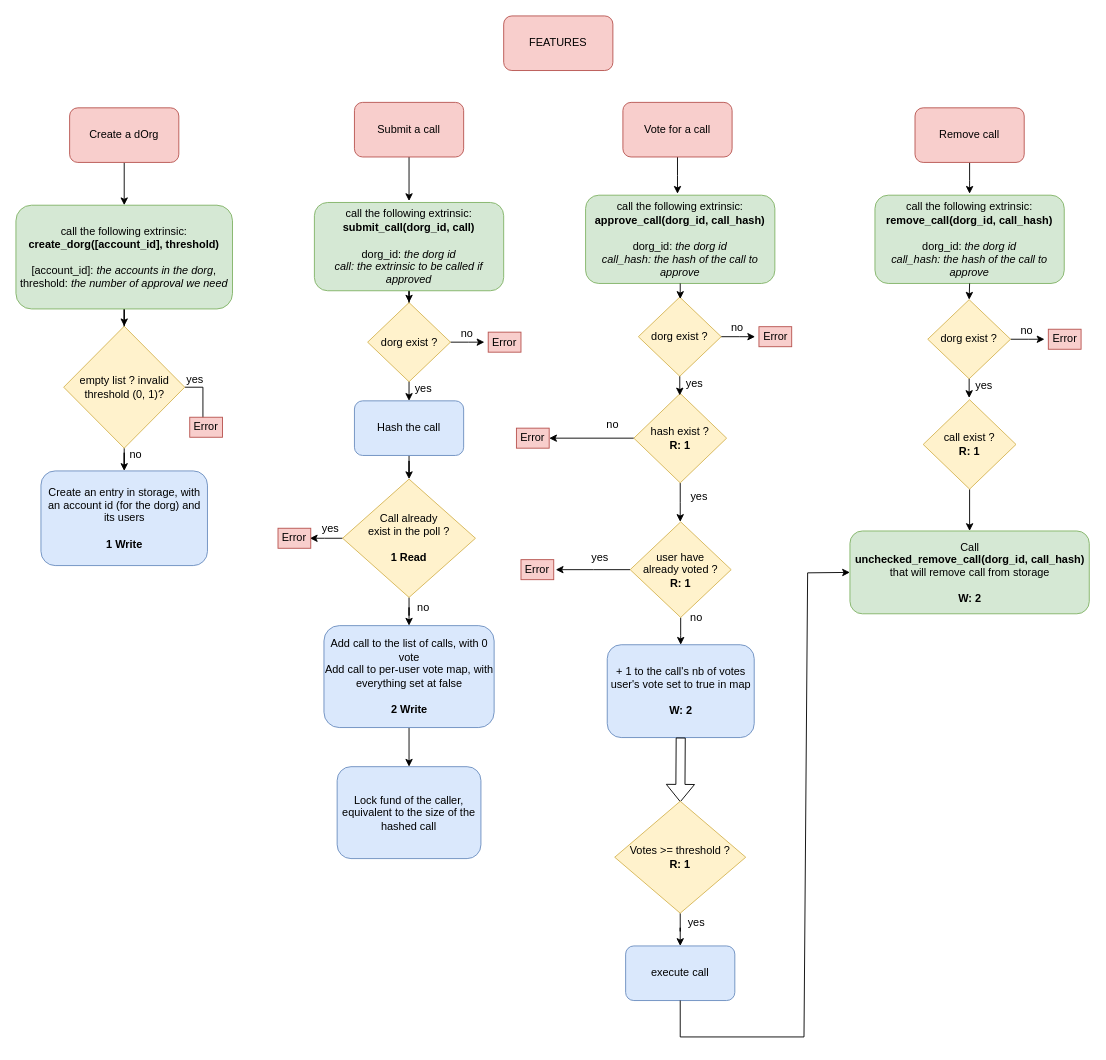
Before: pallet_dorg.drawio in kabocha-network/pallet_supersig, a draw.io diagram. Source tidied: cells renumbered, new cells numbered last; positions are measured from the earlier drawing's top-left corner, leaving out a move shared by most shapes. Both pictures are drawn from the tidied source at 91%, with x=0, y=0 at pixel (15, 15).
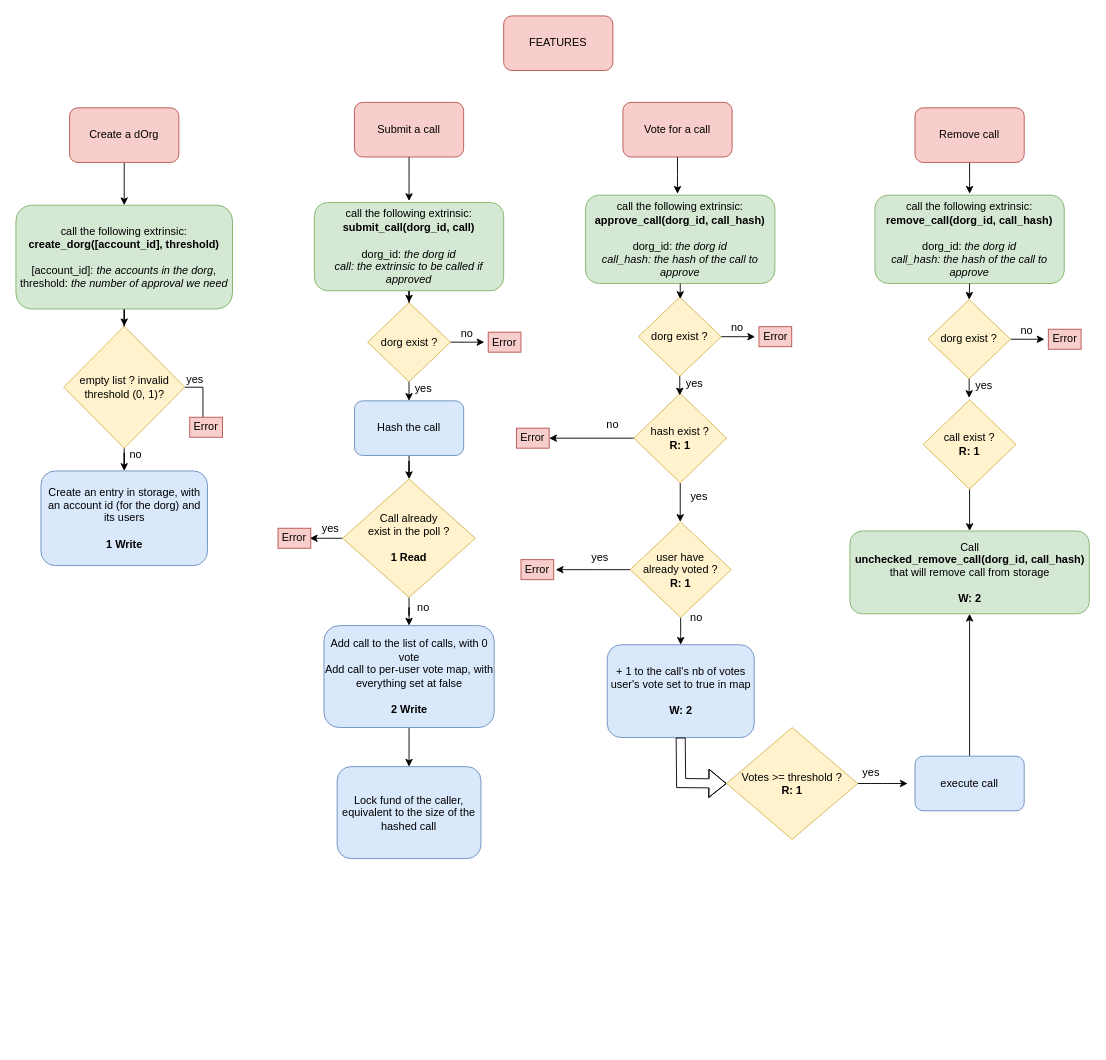
After the change.

Unchanged cells that the change refers to:
```xml
<mxCell id="46" value="&lt;div&gt;+ 1 to the call's nb of votes&lt;/div&gt;&lt;div&gt;user's vote set to true in map&lt;/div&gt;&lt;div&gt;&lt;b&gt;&lt;br&gt;&lt;/b&gt;&lt;/div&gt;&lt;div&gt;&lt;b&gt;W: 2&lt;/b&gt;&lt;br&gt;&lt;/div&gt;" style="rounded=1;whiteSpace=wrap;html=1;fontSize=12;fillColor=#dae8fc;strokeColor=#6c8ebf;" parent="1" vertex="1">
  <mxGeometry x="649.8" y="691" width="161.5" height="102" as="geometry" />
</mxCell>
<mxCell id="56" value="&lt;div&gt;Call&lt;/div&gt;&lt;div&gt;&lt;b&gt;unchecked_remove_call(dorg_id, call_hash)&lt;/b&gt;&lt;br&gt;&lt;/div&gt;&lt;div&gt;that will remove call from storage&lt;/div&gt;&lt;div&gt;&lt;br&gt;&lt;/div&gt;&lt;div&gt;&lt;b&gt;W: 2&lt;/b&gt;&lt;br&gt;&lt;/div&gt;" style="rounded=1;whiteSpace=wrap;html=1;fontSize=12;fillColor=#d5e8d4;strokeColor=#82b366;" parent="1" vertex="1">
  <mxGeometry x="916.5" y="566" width="263" height="91" as="geometry" />
</mxCell>
```

The edit, as a diff of the source:
```diff
@@
-    <mxCell id="47" style="shape=flexArrow;endArrow=classic;html=1;rounded=0;fontSize=12;exitX=0.5;exitY=1;exitDx=0;exitDy=0;" parent="1" edge="1" source="46">
+    <mxCell id="47" style="shape=flexArrow;endArrow=classic;html=1;rounded=0;fontSize=12;exitX=0.5;exitY=1;exitDx=0;exitDy=0;entryX=0;entryY=0.5;entryDx=0;entryDy=0;" parent="1" edge="1">
       <mxGeometry relative="1" as="geometry">
-        <mxPoint x="730.1" y="864" as="targetPoint" />
+        <mxPoint x="730.5" y="793" as="sourcePoint" />
+        <mxPoint x="781" y="843.5" as="targetPoint" />
+        <Array as="points">
+          <mxPoint x="731" y="843" />
+        </Array>
       </mxGeometry>
     </mxCell>
-    <mxCell id="48" style="edgeStyle=orthogonalEdgeStyle;rounded=0;jettySize=auto;html=1;entryX=0.5;entryY=0;entryDx=0;entryDy=0;fontSize=12;" parent="1" edge="1" source="49" target="51">
-      <mxGeometry relative="1" as="geometry" />
-    </mxCell>
+    <mxCell id="77" style="edgeStyle=orthogonalEdgeStyle;rounded=0;jettySize=auto;html=1;fontSize=12;" parent="1" edge="1" source="49">
+      <mxGeometry relative="1" as="geometry">
+        <mxPoint x="979.9" y="843.5" as="targetPoint" />
+      </mxGeometry>
+    </mxCell>
     <mxCell id="49" value="&lt;div&gt;Votes &amp;gt;= threshold ?&lt;/div&gt;&lt;b&gt;R: 1&lt;/b&gt;" style="rhombus;whiteSpace=wrap;html=1;fontSize=12;fillColor=#fff2cc;strokeColor=#d6b656;" parent="1" vertex="1">
-      <mxGeometry x="658" y="863" width="144" height="123" as="geometry" />
+      <mxGeometry x="781" y="782" width="144" height="123" as="geometry" />
     </mxCell>
     <mxCell id="50" value="yes" style="text;html=1;strokeColor=none;fillColor=none;align=center;verticalAlign=middle;whiteSpace=wrap;rounded=0;fontSize=12;" parent="1" vertex="1">
-      <mxGeometry x="718" y="982" width="60" height="30" as="geometry" />
+      <mxGeometry x="910" y="817" width="60" height="30" as="geometry" />
     </mxCell>
+    <mxCell id="52" style="edgeStyle=orthogonalEdgeStyle;rounded=0;jettySize=auto;html=1;fontSize=12;" parent="1" edge="1" source="51" target="56">
+      <mxGeometry relative="1" as="geometry" />
+    </mxCell>
     <mxCell id="51" value="execute call" style="rounded=1;whiteSpace=wrap;html=1;fontSize=12;fillColor=#dae8fc;strokeColor=#6c8ebf;" parent="1" vertex="1">
-      <mxGeometry x="670" y="1022" width="120" height="60" as="geometry" />
+      <mxGeometry x="988" y="813.5" width="120" height="60" as="geometry" />
     </mxCell>
-    <mxCell id="52" style="endArrow=classic;html=1;rounded=0;fontSize=12;exitX=0.5;exitY=1;exitDx=0;exitDy=0;entryX=0;entryY=0.5;entryDx=0;entryDy=0;" parent="1" edge="1" source="51" target="56">
-      <mxGeometry relative="1" as="geometry">
-        <Array as="points">
-          <mxPoint x="730" y="1122" />
-          <mxPoint x="866" y="1122" />
-          <mxPoint x="870" y="612" />
-        </Array>
-      </mxGeometry>
-    </mxCell>
```
